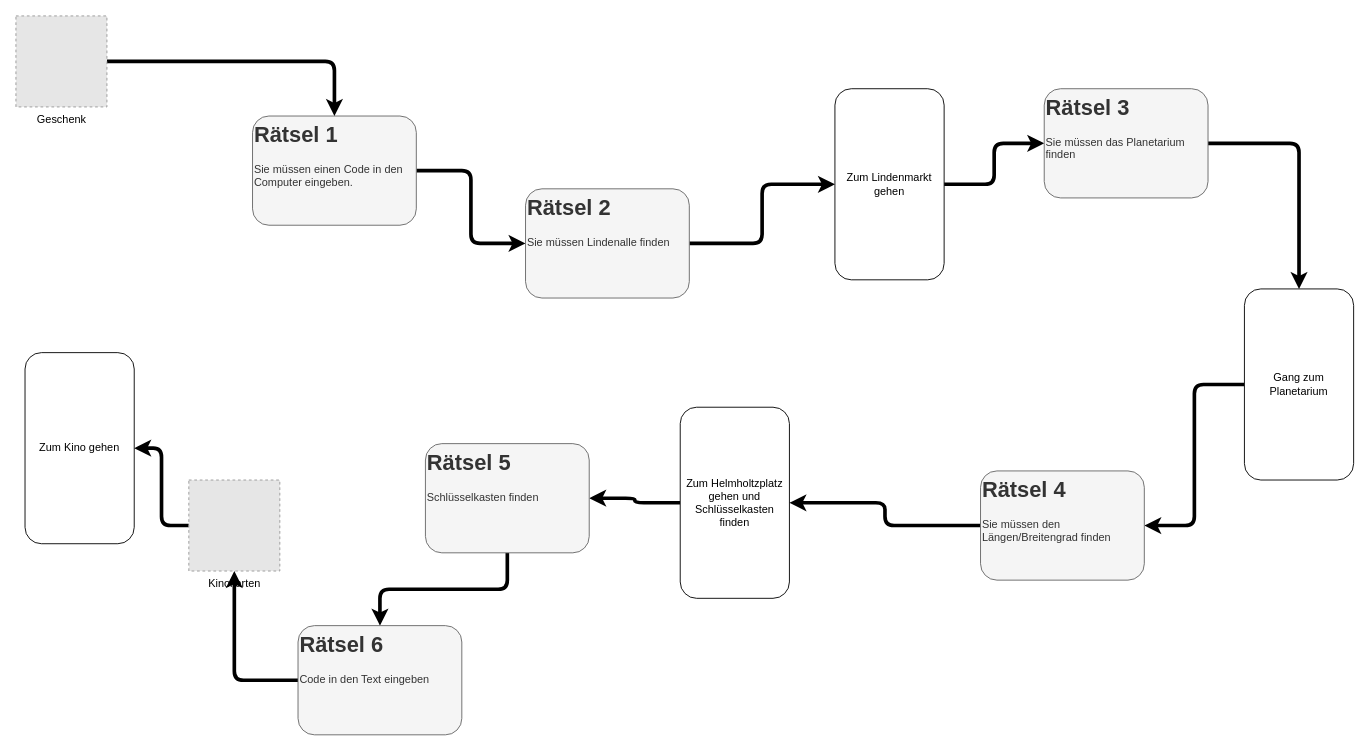
Above: drawio/Spionagespiel_Mattis.drawio in jakobschumacher/graphs (draw.io), before the change. Source tidied: cells renumbered, new cells numbered last; positions are measured from the earlier drawing's top-left corner, leaving out a move shared by most shapes. Both pictures are drawn from the tidied source at 91%, with x=0, y=0 at pixel (15, 15). Pictures stored in the file or linked from it are replaced by grey dashed boxes.
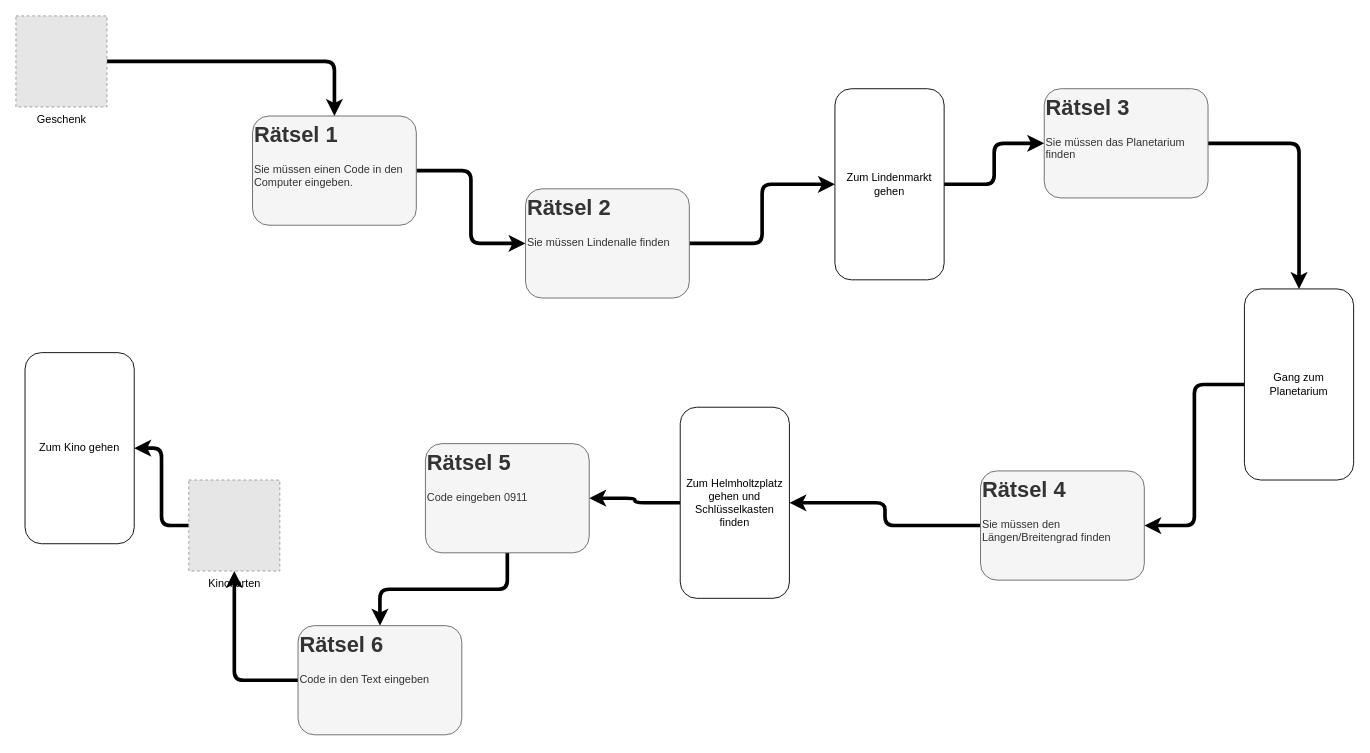
The same page after the edit.

Change to the diagram source:
```diff
@@
-    <mxCell id="22" value="&lt;h1 style=&quot;margin-top: 0px;&quot;&gt;Rätsel 5&lt;/h1&gt;&lt;p&gt;Schlüsselkasten finden&lt;/p&gt;" style="text;html=1;whiteSpace=wrap;overflow=hidden;rounded=1;strokeColor=#666666;fillColor=#f5f5f5;fontColor=#333333;" parent="1" vertex="1">
+    <mxCell id="22" value="&lt;h1 style=&quot;margin-top: 0px;&quot;&gt;Rätsel 5&lt;/h1&gt;&lt;p&gt;Code eingeben 0911&lt;/p&gt;" style="text;html=1;whiteSpace=wrap;overflow=hidden;rounded=1;strokeColor=#666666;fillColor=#f5f5f5;fontColor=#333333;" parent="1" vertex="1">
       <mxGeometry x="450" y="470" width="180" height="120" as="geometry" />
     </mxCell>
```
